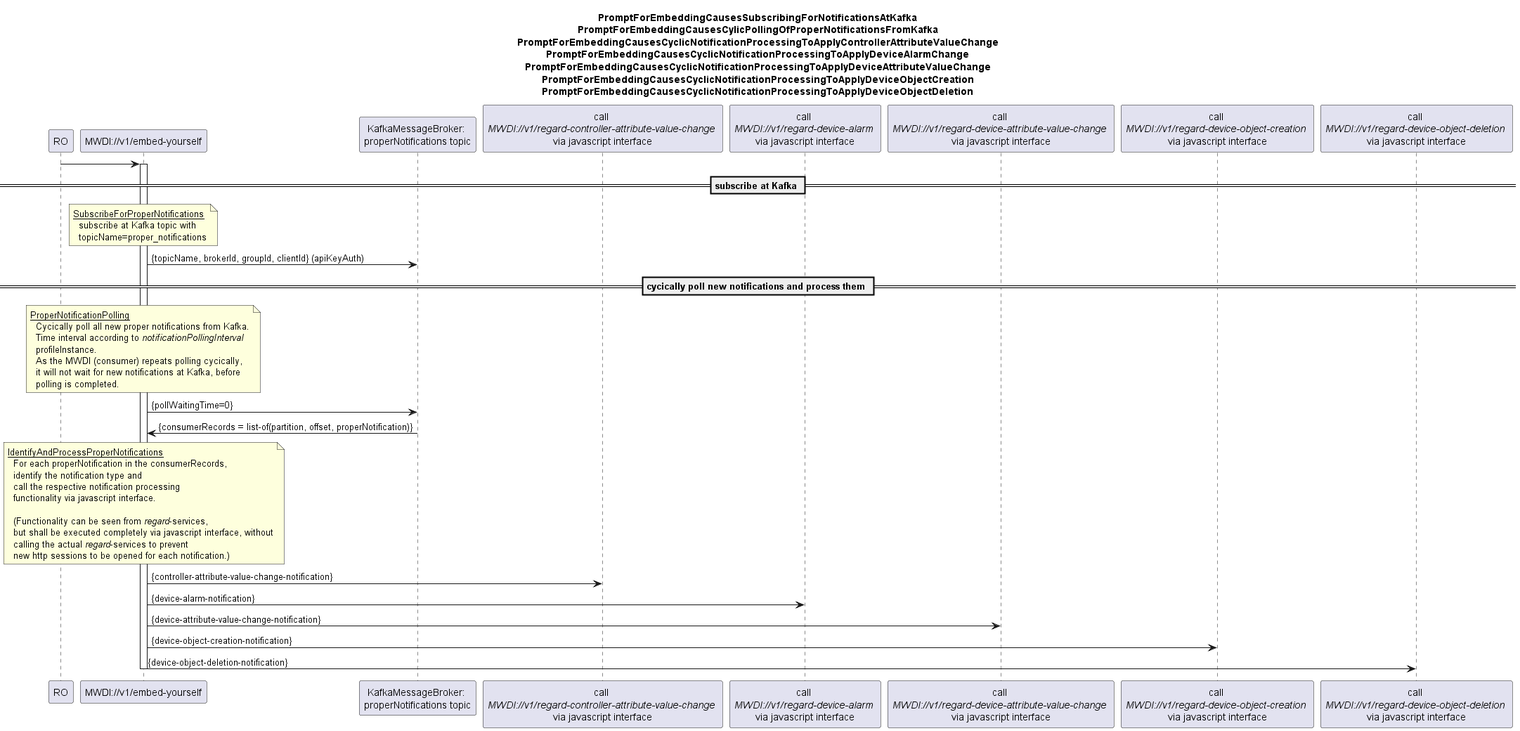
This is spec/diagrams/01x_NotificationPollingFromKafkaAndProcessing.png from openBackhaul/MicroWaveDeviceInventory, a PlantUML export, as it was before one commit.
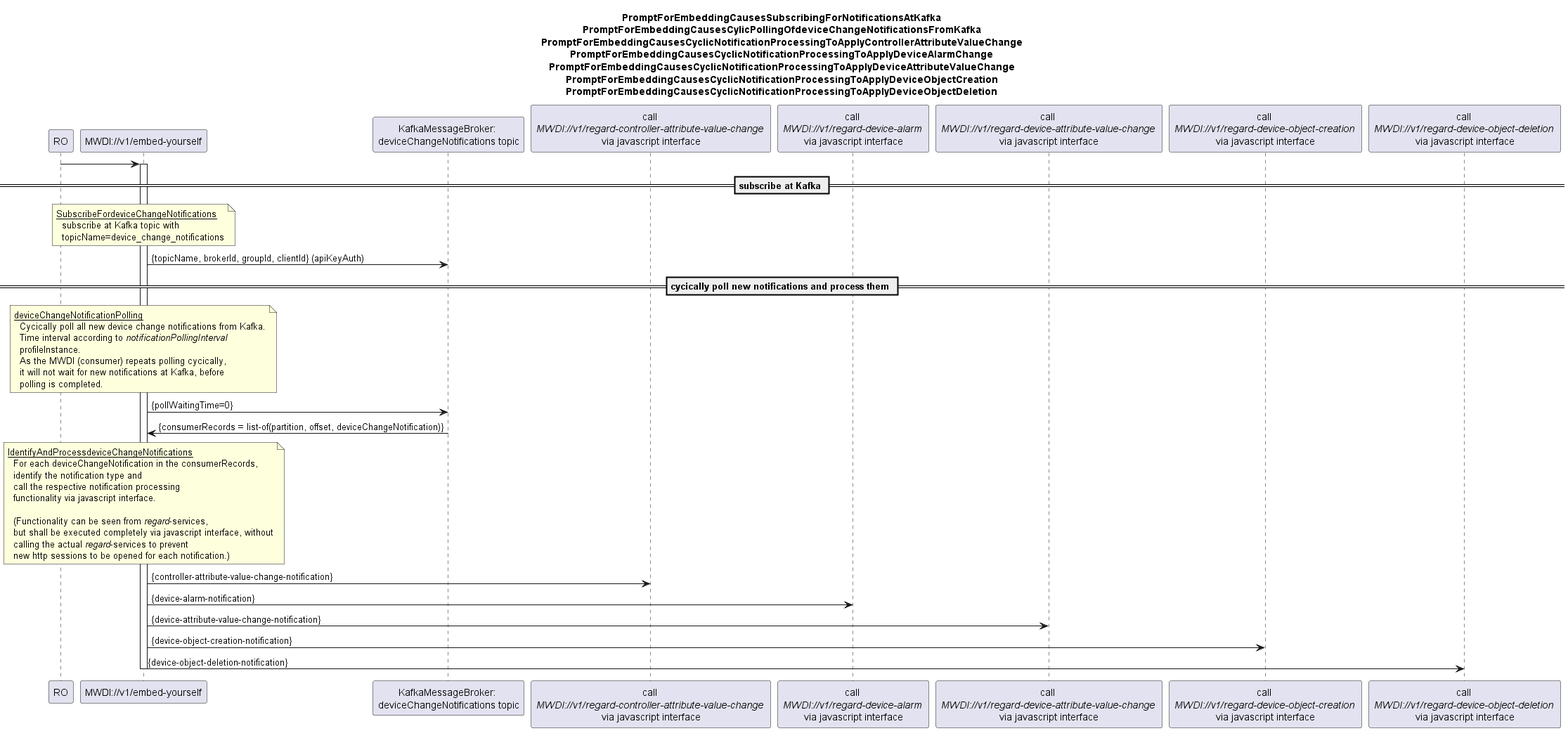
After the change.

Commit message:
Rename proper_notifications topic to device_change_notifications Fixes #1333

Change to the diagram source:
```diff
@@ -3,7 +3,7 @@
 
 title
 PromptForEmbeddingCausesSubscribingForNotificationsAtKafka
-PromptForEmbeddingCausesCylicPollingOfProperNotificationsFromKafka
+PromptForEmbeddingCausesCylicPollingOfdeviceChangeNotificationsFromKafka
 PromptForEmbeddingCausesCyclicNotificationProcessingToApplyControllerAttributeValueChange
 PromptForEmbeddingCausesCyclicNotificationProcessingToApplyDeviceAlarmChange
 PromptForEmbeddingCausesCyclicNotificationProcessingToApplyDeviceAttributeValueChange
@@ -13,7 +13,7 @@
 
 participant "RO" as ro
 participant "MWDI://v1/embed-yourself" as mwdi
-participant "KafkaMessageBroker: \nproperNotifications topic" as kafka
+participant "KafkaMessageBroker: \ndeviceChangeNotifications topic" as kafka
 participant "call \n<i>MWDI://v1/regard-controller-attribute-value-change </i>\nvia javascript interface" as regardCtrlAttChange
 participant "call \n<i>MWDI://v1/regard-device-alarm </i>\nvia javascript interface" as regardAlarm
 participant "call \n<i>MWDI://v1/regard-device-attribute-value-change </i>\nvia javascript interface" as regardDevAttChange
@@ -26,16 +26,16 @@
 
 == subscribe at Kafka ==
 note over mwdi
-<u>SubscribeForProperNotifications</u>
+<u>SubscribeFordeviceChangeNotifications</u>
   subscribe at Kafka topic with
-  topicName=proper_notifications
+  topicName=device_change_notifications
 end note
 mwdi -> kafka: {topicName, brokerId, groupId, clientId} (apiKeyAuth)
 
 == cycically poll new notifications and process them ==
 note over mwdi
-<u>ProperNotificationPolling</u>
-  Cycically poll all new proper notifications from Kafka.
+<u>deviceChangeNotificationPolling</u>
+  Cycically poll all new device change notifications from Kafka.
   Time interval according to <i>notificationPollingInterval</i>
   profileInstance.
   As the MWDI (consumer) repeats polling cycically,
@@ -43,11 +43,11 @@
   polling is completed.
 end note
 mwdi -> kafka: {pollWaitingTime=0}
-kafka -> mwdi: {consumerRecords = list-of(partition, offset, properNotification)}
+kafka -> mwdi: {consumerRecords = list-of(partition, offset, deviceChangeNotification)}
 
 note over mwdi
-<u>IdentifyAndProcessProperNotifications</u>
-  For each properNotification in the consumerRecords,
+<u>IdentifyAndProcessdeviceChangeNotifications</u>
+  For each deviceChangeNotification in the consumerRecords,
   identify the notification type and
   call the respective notification processing
   functionality via javascript interface.
```
